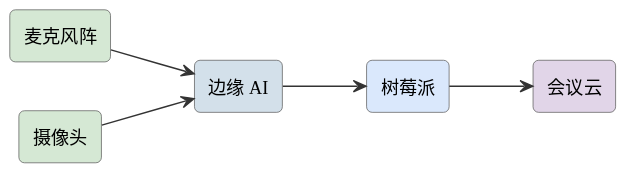
mingyi0818/IntelligentMcuCourse keeps this PlantUML diagram as assets/diagrams/ideas-fig92.svg. Above is the earlier version.
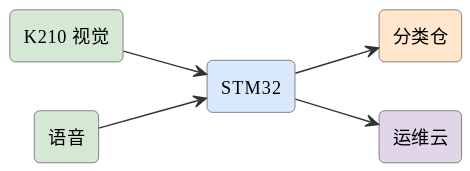
The same file after the commit.

What changed in the source:
```diff
@@ -6,13 +6,13 @@
 skinparam arrowFontSize 11
 skinparam arrowColor #333
 left to right direction
-rectangle "麦克风阵" as mic #d5e8d4
-rectangle "摄像头" as cam #d5e8d4
-rectangle "边缘 AI" as ai #d3e0ea
-rectangle "树莓派" as pi #dae8fc
-rectangle "会议云" as cloud #e1d5e8
-mic --> ai
-cam --> ai
-ai --> pi
-pi --> cloud
+rectangle "K210 视觉" as cam #d5e8d4
+rectangle "语音" as mic #d5e8d4
+rectangle "STM32" as stm #dae8fc
+rectangle "分类仓" as bin #ffe6cc
+rectangle "运维云" as cloud #e1d5e8
+cam --> stm
+mic --> stm
+stm --> bin
+stm --> cloud
 @enduml
```
